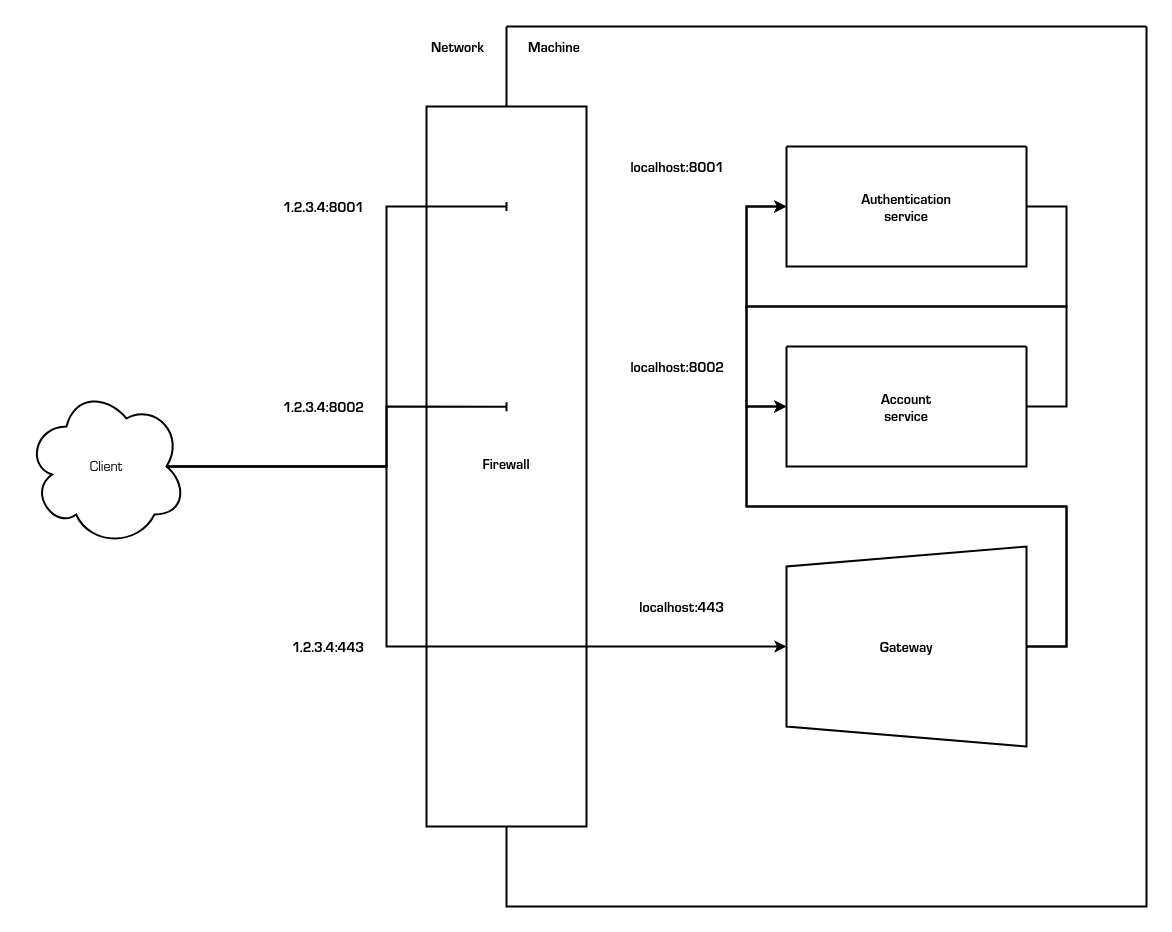
The draw.io diagram docs/single-machine-configuration.png in shinhugh/base, before a commit. Source tidied: cells renumbered, new cells last; positions are measured from the earlier drawing's top-left corner, leaving out a move shared by most shapes.
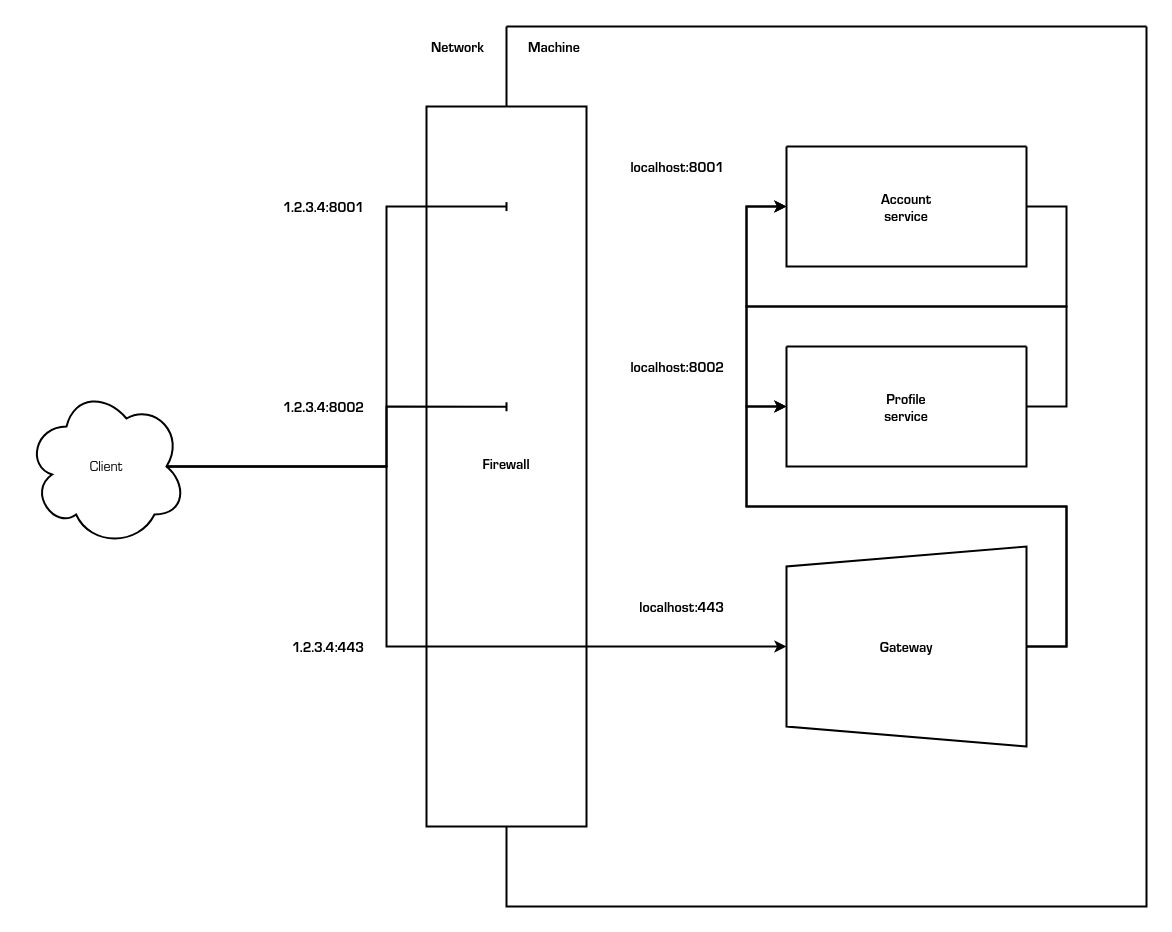
After the commit.

What changed in the source:
```diff
@@ -23,7 +23,7 @@
     <mxCell id="8" style="swimlane;startSize=0;strokeWidth=2;" parent="2" vertex="1">
       <mxGeometry x="280" y="120" width="240" height="120" as="geometry" />
     </mxCell>
-    <mxCell id="9" value="Authentication&#10;service" style="text;strokeColor=none;fillColor=none;align=center;verticalAlign=middle;rounded=0;fontSize=14;fontFamily=Lucida Console;fontStyle=1;" parent="8" vertex="1">
+    <mxCell id="9" value="Account&#10;service" style="text;strokeColor=none;fillColor=none;align=center;verticalAlign=middle;rounded=0;fontSize=14;fontFamily=Lucida Console;fontStyle=1;" parent="8" vertex="1">
       <mxGeometry x="60" y="40" width="120" height="40" as="geometry" />
     </mxCell>
     <mxCell id="10" style="group;" parent="2" vertex="1">
@@ -38,7 +38,7 @@
     <mxCell id="13" style="swimlane;startSize=0;strokeWidth=2;" parent="2" vertex="1">
       <mxGeometry x="280" y="320" width="240" height="120" as="geometry" />
     </mxCell>
-    <mxCell id="14" value="Account&#10;service" style="text;strokeColor=none;fillColor=none;align=center;verticalAlign=middle;rounded=0;fontSize=14;fontFamily=Lucida Console;fontStyle=1;" parent="13" vertex="1">
+    <mxCell id="14" value="Profile&#10;service" style="text;strokeColor=none;fillColor=none;align=center;verticalAlign=middle;rounded=0;fontSize=14;fontFamily=Lucida Console;fontStyle=1;" parent="13" vertex="1">
       <mxGeometry x="60" y="40" width="120" height="40" as="geometry" />
     </mxCell>
     <mxCell id="15" style="endArrow=classic;html=1;rounded=0;strokeWidth=2;exitX=1;exitY=0.5;exitDx=0;exitDy=0;entryX=0;entryY=0.5;entryDx=0;entryDy=0;" parent="2" edge="1" source="13" target="8">
```
